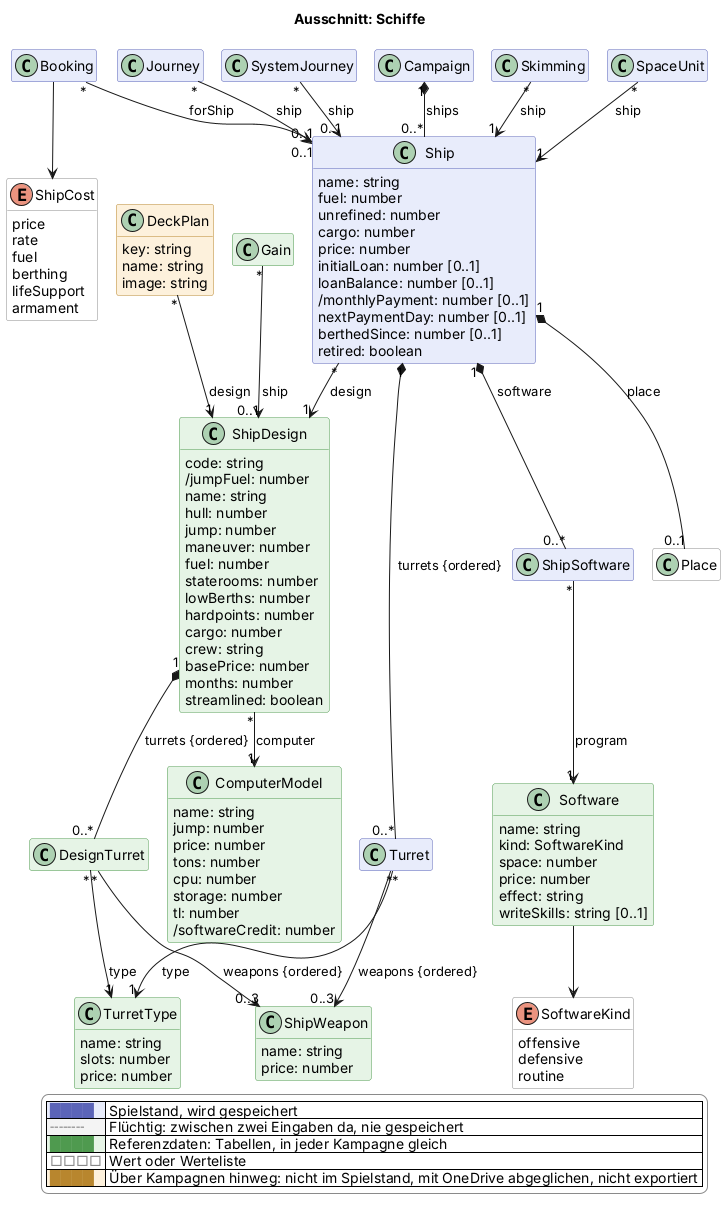
Earlier version of the PlantUML export docs/views/schiffe.png (scuzzar/SRE).
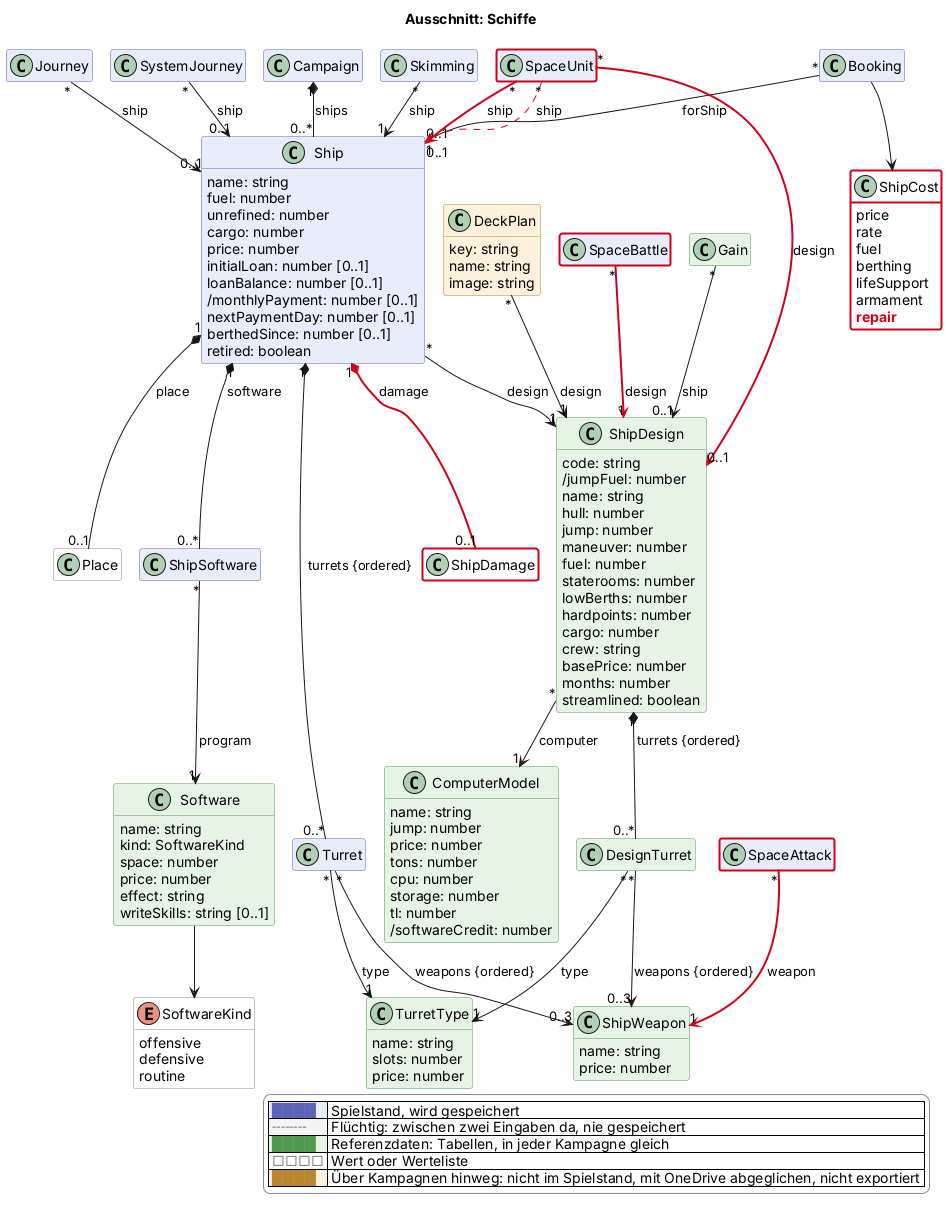
Later version of the same file.

Change to the diagram source:
```diff
@@ -92,6 +92,7 @@
     berthing
     lifeSupport
     armament
+    $new("2026-11-21d", "repair")
   }
   class ShipSoftware $schiffe {
   }
@@ -155,6 +156,9 @@
   }
 
   class Skimming $raum
+  class ShipDamage <<value>> $raum $newClass("2026-11-21d")
+  class SpaceBattle $raum $newClass("2026-11-21d")
+  class SpaceAttack $raum $newClass("2026-11-21d")
   class SpaceUnit $raum
 
 
@@ -184,7 +188,12 @@
 ShipDesign "*" --> "1" ComputerModel : computer
 Booking "*" --> "0..1" Ship : forShip
 
-SpaceUnit "*" --> "1" Ship : ship
+SpaceUnit "*" -$goneArrow("2026-11-21d")-> "1" Ship : ship
+SpaceUnit "*" -$newArrow("2026-11-21d")-> "0..1" Ship : ship
+SpaceUnit "*" -$newArrow("2026-11-21d")-> "0..1" ShipDesign : design
+Ship "1" *-$newArrow("2026-11-21d")- "0..1" ShipDamage : damage
+SpaceBattle "*" -$newArrow("2026-11-21d")-> "1" ShipDesign : design
+SpaceAttack "*" -$newArrow("2026-11-21d")-> "1" ShipWeapon : weapon
 Skimming "*" --> "1" Ship : ship
 Gain "*" --> "0..1" ShipDesign : ship
 DeckPlan "*" --> "1" ShipDesign : design
@@ -211,4 +220,6 @@
   |<#ffffff> <color:#8a8a8a>□□□□</color> | Wert oder Werteliste |
   |<#fdf1dc> <color:#b8862e>████</color> | Über Kampagnen hinweg: nicht im Spielstand, mit OneDrive abgeglichen, nicht exportiert |
 endlegend
+class ShipCost #line:d0021b;line.bold
+class SpaceUnit #line:d0021b;line.bold
 @enduml
```
